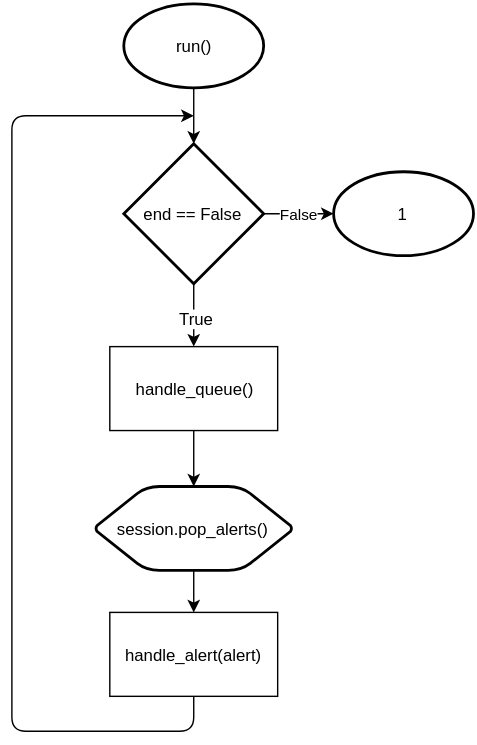
The draw.io diagram docs/05_implementierung/resources/bt_loop_1.svg in puhoy/ba_thesis, before a commit. Source tidied: cells renumbered, new cells last; positions are measured from the earlier drawing's top-left corner, leaving out a move shared by most shapes. Source of this version:
```xml
<mxGraphModel background="#ffffff">
  <root>
    <mxCell id="0" />
    <mxCell id="1" parent="0" />
    <mxCell id="2" value="run()" style="strokeWidth=2;html=1;shape=mxgraph.flowchart.start_1;whiteSpace=wrap;" parent="1" vertex="1">
      <mxGeometry x="80" width="100" height="60" as="geometry" />
    </mxCell>
    <mxCell id="3" value="end == False" style="strokeWidth=2;html=1;shape=mxgraph.flowchart.decision;whiteSpace=wrap;" parent="1" vertex="1">
      <mxGeometry x="80" y="100" width="100" height="100" as="geometry" />
    </mxCell>
    <mxCell id="4" value="handle_queue()" style="whiteSpace=wrap;html=1;" parent="1" vertex="1">
      <mxGeometry x="70" y="245" width="120" height="60" as="geometry" />
    </mxCell>
    <mxCell id="5" value="handle_alert(alert)" style="whiteSpace=wrap;html=1;" parent="1" vertex="1">
      <mxGeometry x="70" y="435" width="120" height="60" as="geometry" />
    </mxCell>
    <mxCell id="6" value="session.pop_alerts()" style="strokeWidth=2;html=1;shape=mxgraph.flowchart.preparation;whiteSpace=wrap;" parent="1" vertex="1">
      <mxGeometry x="60" y="345" width="140" height="60" as="geometry" />
    </mxCell>
    <mxCell id="7" style="endArrow=classic;html=1;entryX=0.5;entryY=0;exitX=0.5;exitY=1;exitPerimeter=0;" parent="1" edge="1" source="3" target="4">
      <mxGeometry relative="1" as="geometry" />
    </mxCell>
    <mxCell id="8" value="True" style="text;html=1;align=center;verticalAlign=middle;labelBackgroundColor=#ffffff;" parent="7" vertex="1">
      <mxGeometry x="0.08" y="1" relative="1" as="geometry" />
    </mxCell>
    <mxCell id="9" style="endArrow=classic;html=1;entryX=0.5;entryY=0;entryPerimeter=0;exitX=0.5;exitY=1;" parent="1" edge="1" source="4" target="6">
      <mxGeometry relative="1" as="geometry" />
    </mxCell>
    <mxCell id="10" style="endArrow=classic;html=1;entryX=0.5;entryY=0;exitX=0.5;exitY=1;exitPerimeter=0;" parent="1" edge="1" source="6" target="5">
      <mxGeometry relative="1" as="geometry" />
    </mxCell>
    <mxCell id="11" style="endArrow=classic;html=1;entryX=0.5;entryY=0;entryPerimeter=0;exitX=0.5;exitY=1;exitPerimeter=0;" parent="1" edge="1" source="2" target="3">
      <mxGeometry relative="1" as="geometry" />
    </mxCell>
    <mxCell id="12" style="endArrow=classic;html=1;exitX=0.5;exitY=1;" parent="1" edge="1" source="5">
      <mxGeometry relative="1" as="geometry">
        <mxPoint x="130" y="80" as="targetPoint" />
        <Array as="points">
          <mxPoint x="130" y="520" />
          <mxPoint y="520" />
          <mxPoint y="80" />
        </Array>
      </mxGeometry>
    </mxCell>
    <mxCell id="13" value="False" style="endArrow=classic;html=1;exitX=1;exitY=0.5;exitPerimeter=0;" parent="1" edge="1" source="3">
      <mxGeometry relative="1" as="geometry">
        <mxPoint x="230" y="150" as="targetPoint" />
      </mxGeometry>
    </mxCell>
    <mxCell id="14" value="1" style="strokeWidth=2;html=1;shape=mxgraph.flowchart.start_1;whiteSpace=wrap;" parent="1" vertex="1">
      <mxGeometry x="230" y="120" width="100" height="60" as="geometry" />
    </mxCell>
  </root>
</mxGraphModel>
```
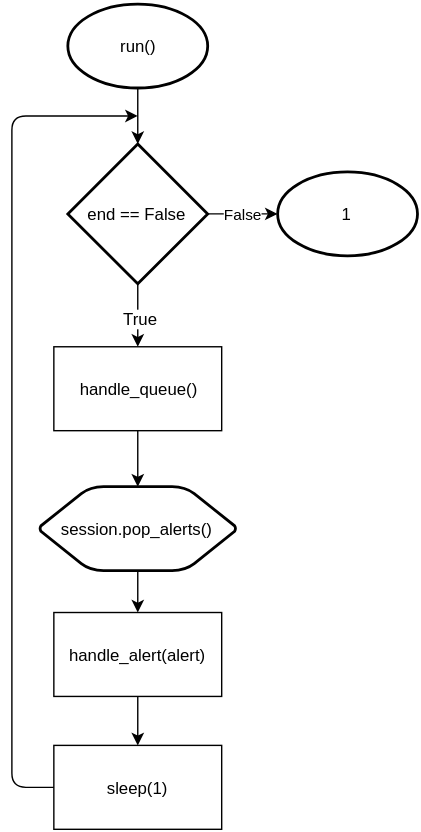
The same diagram one commit later.

Diff of the diagram source:
```diff
@@ -32,16 +32,6 @@
     <mxCell id="11" style="endArrow=classic;html=1;entryX=0.5;entryY=0;entryPerimeter=0;exitX=0.5;exitY=1;exitPerimeter=0;" parent="1" edge="1" source="2" target="3">
       <mxGeometry relative="1" as="geometry" />
     </mxCell>
-    <mxCell id="12" style="endArrow=classic;html=1;exitX=0.5;exitY=1;" parent="1" edge="1" source="5">
-      <mxGeometry relative="1" as="geometry">
-        <mxPoint x="130" y="80" as="targetPoint" />
-        <Array as="points">
-          <mxPoint x="130" y="520" />
-          <mxPoint y="520" />
-          <mxPoint y="80" />
-        </Array>
-      </mxGeometry>
-    </mxCell>
     <mxCell id="13" value="False" style="endArrow=classic;html=1;exitX=1;exitY=0.5;exitPerimeter=0;" parent="1" edge="1" source="3">
       <mxGeometry relative="1" as="geometry">
         <mxPoint x="230" y="150" as="targetPoint" />
@@ -50,5 +40,20 @@
     <mxCell id="14" value="1" style="strokeWidth=2;html=1;shape=mxgraph.flowchart.start_1;whiteSpace=wrap;" parent="1" vertex="1">
       <mxGeometry x="230" y="120" width="100" height="60" as="geometry" />
     </mxCell>
+    <mxCell id="15" value="sleep(1)" style="whiteSpace=wrap;html=1;" parent="1" vertex="1">
+      <mxGeometry x="70" y="530" width="120" height="60" as="geometry" />
+    </mxCell>
+    <mxCell id="16" style="endArrow=classic;html=1;exitX=0;exitY=0.5;" parent="1" edge="1" source="15">
+      <mxGeometry relative="1" as="geometry">
+        <mxPoint x="130" y="80" as="targetPoint" />
+        <Array as="points">
+          <mxPoint x="40" y="560" />
+          <mxPoint x="40" y="80" />
+        </Array>
+      </mxGeometry>
+    </mxCell>
+    <mxCell id="17" style="endArrow=classic;html=1;exitX=0.5;exitY=1;entryX=0.5;entryY=0;" parent="1" edge="1" source="5" target="15">
+      <mxGeometry relative="1" as="geometry" />
+    </mxCell>
   </root>
 </mxGraphModel>
```
